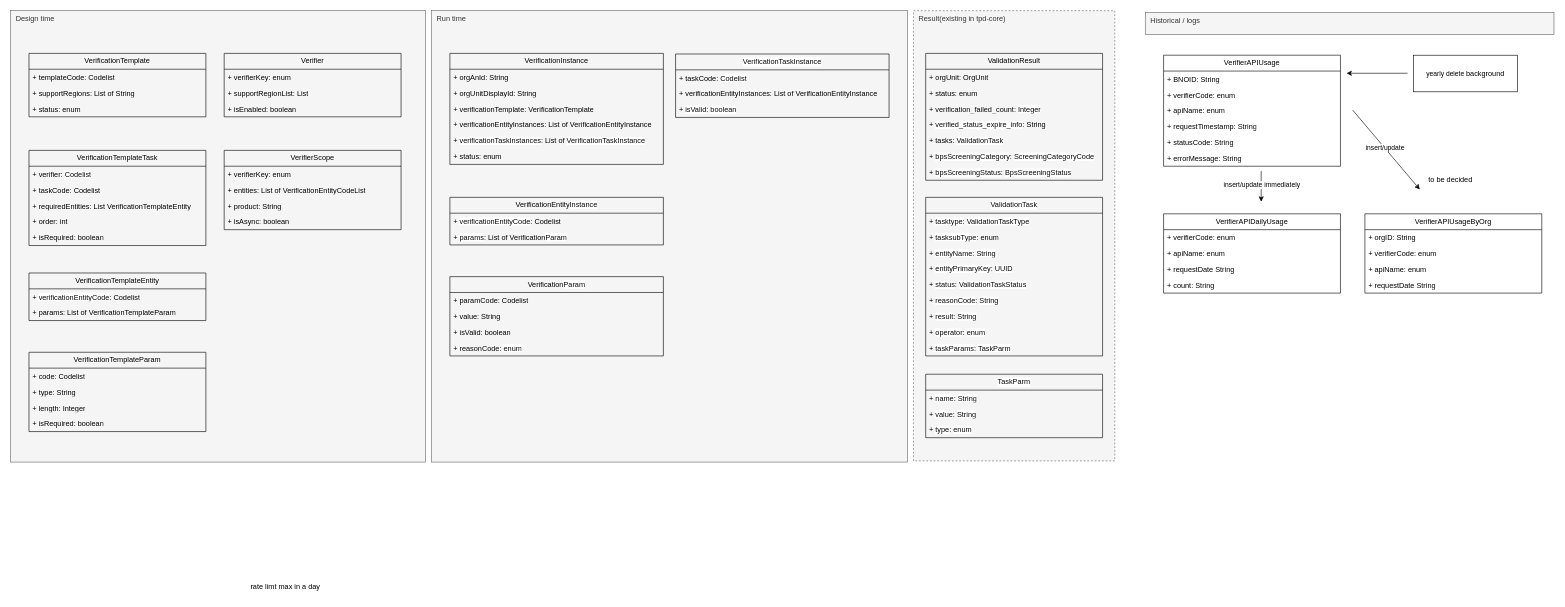
Above: page "Modeling" (3 of 9) of verification_framework.drawio in huangshijie/Drawio (draw.io), before the change. Source tidied: cells renumbered, new cells numbered last; positions are measured from the earlier drawing's top-left corner, leaving out a move shared by most shapes. Both pictures are drawn from the tidied source at 61%, with x=0, y=0 at pixel (10, 10).
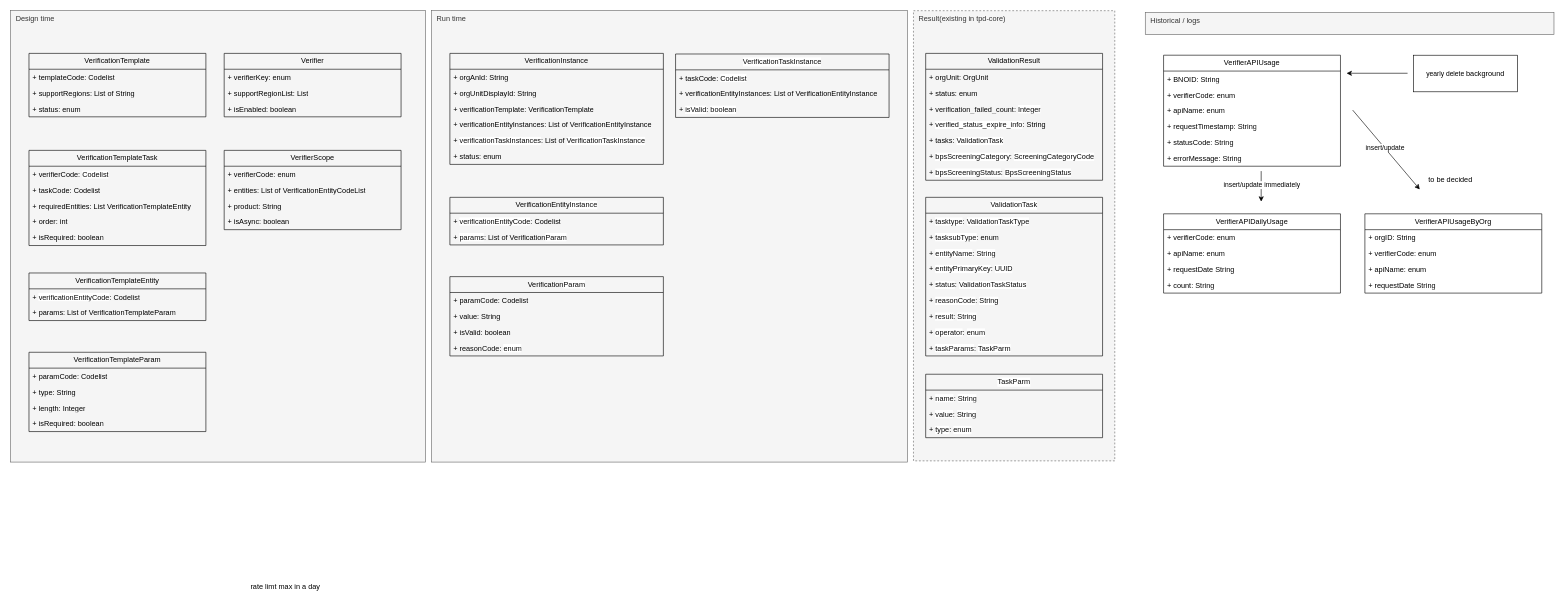
After the change.

The change refers to these unchanged cells:
```xml
<mxCell id="20" value="VerificationTemplateParam" style="swimlane;fontStyle=0;horizontal=1;startSize=26;fillColor=none;whiteSpace=wrap;html=1;fontFamily=Helvetica;fontSize=12;" parent="1" vertex="1">
  <mxGeometry x="30" y="560" width="290" height="130" as="geometry" />
</mxCell>
<mxCell id="29" value="VerificationTemplateTask" style="swimlane;fontStyle=0;horizontal=1;startSize=26;fillColor=none;whiteSpace=wrap;html=1;fontFamily=Helvetica;fontSize=12;" parent="1" vertex="1">
  <mxGeometry x="30" y="229" width="290" height="156" as="geometry" />
</mxCell>
<mxCell id="70" value="VerifierScope" style="swimlane;fontStyle=0;horizontal=1;startSize=26;fillColor=none;whiteSpace=wrap;html=1;fontFamily=Helvetica;fontSize=12;" parent="1" vertex="1">
  <mxGeometry x="350" y="229" width="290" height="130" as="geometry" />
</mxCell>
```

The edit, as a diff of the source:
```diff
@@
-    <mxCell id="21" value="+ code: Codelist" style="text;strokeColor=none;fillColor=none;align=left;verticalAlign=top;spacingLeft=4;spacingRight=4;overflow=hidden;whiteSpace=wrap;html=1;fontFamily=Helvetica;fontSize=12;" parent="20" vertex="1">
+    <mxCell id="21" value="+ paramCode: Codelist" style="text;strokeColor=none;fillColor=none;align=left;verticalAlign=top;spacingLeft=4;spacingRight=4;overflow=hidden;whiteSpace=wrap;html=1;fontFamily=Helvetica;fontSize=12;" parent="20" vertex="1">
       <mxGeometry y="26" width="290" height="26" as="geometry" />
     </mxCell>
@@
-    <mxCell id="30" value="+ verifier: &lt;font color=&quot;#080808&quot;&gt;&lt;span style=&quot;background-color: rgb(255, 255, 255);&quot;&gt;Codelist&lt;/span&gt;&lt;/font&gt;" style="text;strokeColor=none;fillColor=none;align=left;verticalAlign=top;spacingLeft=4;spacingRight=4;overflow=hidden;whiteSpace=wrap;html=1;" parent="29" vertex="1">
+    <mxCell id="30" value="+ v&lt;span style=&quot;text-align: center;&quot;&gt;erifier&lt;/span&gt;Code: &lt;font color=&quot;#080808&quot;&gt;&lt;span style=&quot;background-color: rgb(255, 255, 255);&quot;&gt;Codelist&lt;/span&gt;&lt;/font&gt;" style="text;strokeColor=none;fillColor=none;align=left;verticalAlign=top;spacingLeft=4;spacingRight=4;overflow=hidden;whiteSpace=wrap;html=1;" parent="29" vertex="1">
       <mxGeometry y="26" width="290" height="26" as="geometry" />
     </mxCell>
@@
-    <mxCell id="71" value="+ v&lt;span style=&quot;text-align: center;&quot;&gt;erifier&lt;/span&gt;Key: enum" style="text;strokeColor=none;fillColor=none;align=left;verticalAlign=top;spacingLeft=4;spacingRight=4;overflow=hidden;whiteSpace=wrap;html=1;fontFamily=Helvetica;fontSize=12;" parent="70" vertex="1">
+    <mxCell id="71" value="+ v&lt;span style=&quot;text-align: center;&quot;&gt;erifier&lt;/span&gt;Code: enum" style="text;strokeColor=none;fillColor=none;align=left;verticalAlign=top;spacingLeft=4;spacingRight=4;overflow=hidden;whiteSpace=wrap;html=1;fontFamily=Helvetica;fontSize=12;" parent="70" vertex="1">
       <mxGeometry y="26" width="290" height="26" as="geometry" />
     </mxCell>
```
